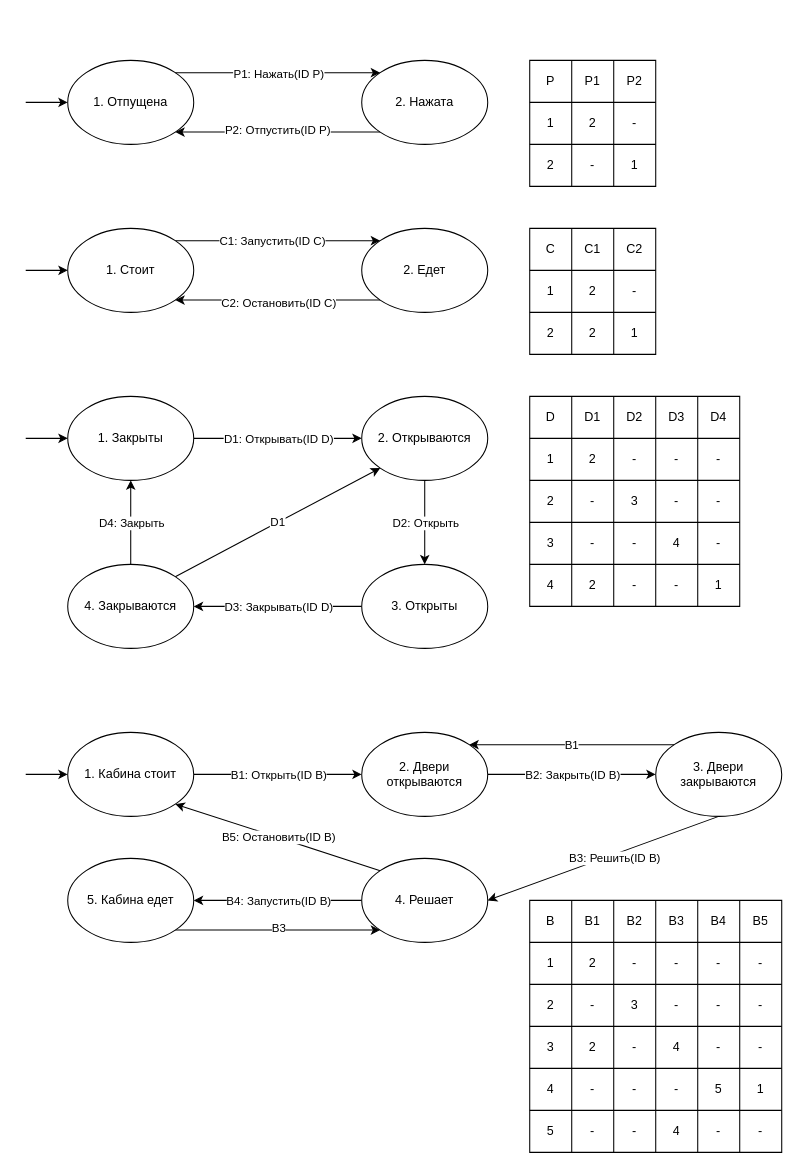
Earlier version of the draw.io diagram lab-04/doc/std.drawio (osv982/bmstu-oop). Source tidied: cells renumbered, new cells numbered last; positions are measured from the earlier drawing's top-left corner, leaving out a move shared by most shapes. Both pictures are drawn from the tidied source at 105%, with x=0, y=0 at pixel (25, 60).
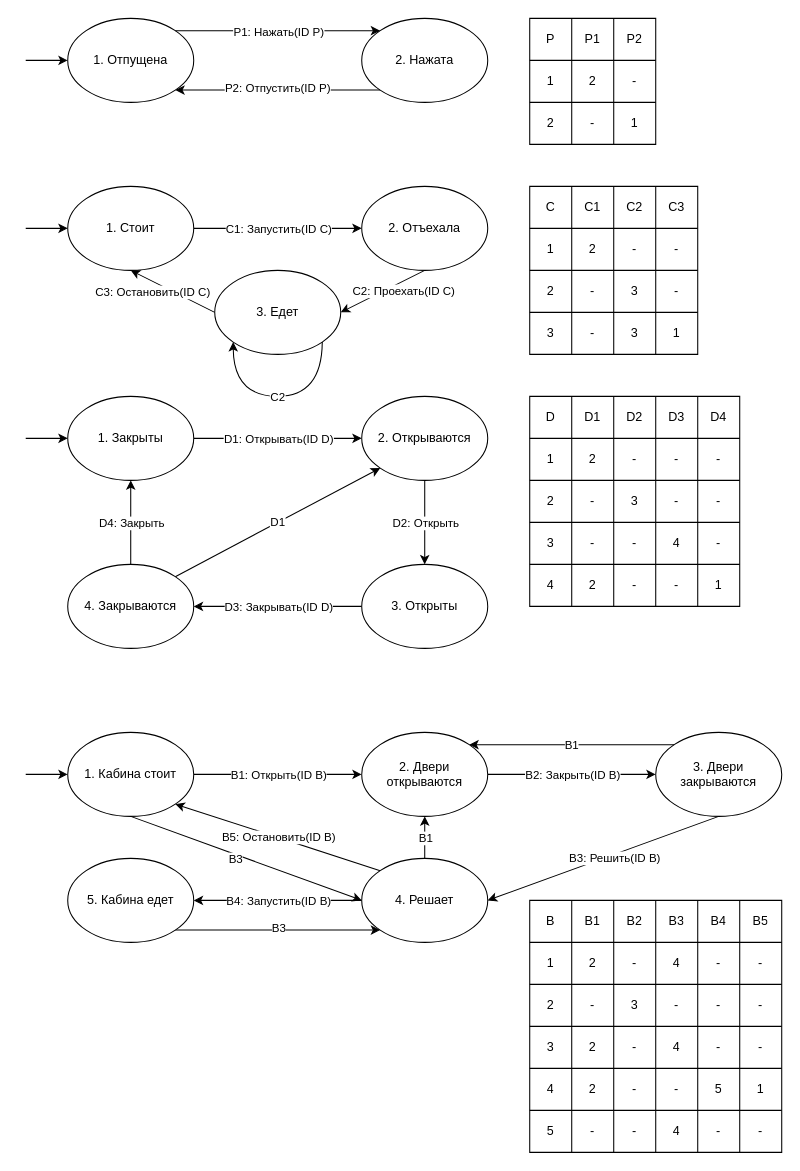
The same page after the edit.

Commit message (it also covers changes not shown here):
Add an intermediate state

Unchanged cells that the change refers to:
```xml
<mxCell id="28" value="1. Кабина стоит" style="ellipse;whiteSpace=wrap;html=1;" parent="1" vertex="1">
  <mxGeometry x="40" y="640" width="120" height="80" as="geometry" />
</mxCell>
<mxCell id="93" value="2. Двери открываются" style="ellipse;whiteSpace=wrap;html=1;" parent="1" vertex="1">
  <mxGeometry x="320" y="640" width="120" height="80" as="geometry" />
</mxCell>
<mxCell id="104" value="4. Решает" style="ellipse;whiteSpace=wrap;html=1;" parent="1" vertex="1">
  <mxGeometry x="320" y="760" width="120" height="80" as="geometry" />
</mxCell>
<mxCell id="114" style="shape=partialRectangle;html=1;whiteSpace=wrap;fillColor=none;top=0;left=0;bottom=0;right=0;" parent="106" vertex="1">
  <mxGeometry y="40" width="240" height="40" as="geometry" />
</mxCell>
<mxCell id="135" style="shape=partialRectangle;html=1;whiteSpace=wrap;fillColor=none;top=0;left=0;bottom=0;right=0;" parent="106" vertex="1">
  <mxGeometry y="160" width="240" height="40" as="geometry" />
</mxCell>
```

The edit, as a diff of the source:
```diff
@@
     <mxCell id="4" value="2. Нажата" style="ellipse;whiteSpace=wrap;html=1;" parent="1" vertex="1">
-      <mxGeometry x="320" width="120" height="80" as="geometry" />
+      <mxGeometry x="320" y="-40" width="120" height="80" as="geometry" />
     </mxCell>
     <mxCell id="5" value="1. Отпущена" style="ellipse;whiteSpace=wrap;html=1;" parent="1" vertex="1">
-      <mxGeometry x="40" width="120" height="80" as="geometry" />
+      <mxGeometry x="40" y="-40" width="120" height="80" as="geometry" />
     </mxCell>
     <mxCell id="6" style="endArrow=classic;html=1;curved=1;entryX=0;entryY=0.5;entryDx=0;entryDy=0;" parent="1" edge="1" target="5">
       <mxGeometry relative="1" as="geometry">
-        <mxPoint y="40" as="sourcePoint" />
+        <mxPoint as="sourcePoint" />
       </mxGeometry>
     </mxCell>
-    <mxCell id="7" style="html=1;exitX=1;exitY=0;exitDx=0;exitDy=0;entryX=0;entryY=0;entryDx=0;entryDy=0;" parent="1" edge="1" source="9" target="90">
+    <mxCell id="7" style="html=1;exitX=1;exitY=0.5;exitDx=0;exitDy=0;entryX=0;entryY=0.5;entryDx=0;entryDy=0;" parent="1" edge="1" source="9" target="90">
       <mxGeometry relative="1" as="geometry" />
     </mxCell>
@@
     <mxCell id="9" value="1. Стоит" style="ellipse;whiteSpace=wrap;html=1;" parent="1" vertex="1">
-      <mxGeometry x="40" y="160" width="120" height="80" as="geometry" />
+      <mxGeometry x="40" y="120" width="120" height="80" as="geometry" />
     </mxCell>
     <mxCell id="10" style="endArrow=classic;html=1;curved=1;entryX=0;entryY=0.5;entryDx=0;entryDy=0;" parent="1" edge="1" target="9">
       <mxGeometry relative="1" as="geometry">
-        <mxPoint y="200" as="sourcePoint" />
+        <mxPoint y="160" as="sourcePoint" />
       </mxGeometry>
     </mxCell>
@@
+    <mxCell id="151" style="edgeStyle=none;html=1;exitX=0.5;exitY=1;exitDx=0;exitDy=0;entryX=0;entryY=0.5;entryDx=0;entryDy=0;" parent="1" edge="1" source="28" target="104">
+      <mxGeometry relative="1" as="geometry" />
+    </mxCell>
+    <mxCell id="152" value="B3" style="edgeLabel;html=1;align=center;verticalAlign=middle;" parent="151" vertex="1">
+      <mxGeometry x="0.36" y="-2" relative="1" as="geometry">
+        <mxPoint x="-49" y="-16" as="offset" />
+      </mxGeometry>
+    </mxCell>
@@
     <mxCell id="29" style="shape=table;html=1;whiteSpace=wrap;startSize=0;childLayout=tableLayout;" parent="1" vertex="1">
-      <mxGeometry x="480" width="120" height="120" as="geometry" />
+      <mxGeometry x="480" y="-40" width="120" height="120" as="geometry" />
     </mxCell>
@@
     <mxCell id="44" style="shape=table;html=1;whiteSpace=wrap;startSize=0;childLayout=tableLayout;" parent="1" vertex="1">
-      <mxGeometry x="480" y="160" width="120" height="120" as="geometry" />
+      <mxGeometry x="480" y="120" width="160" height="160" as="geometry" />
     </mxCell>
     <mxCell id="45" style="shape=partialRectangle;html=1;whiteSpace=wrap;fillColor=none;top=0;left=0;bottom=0;right=0;" parent="44" vertex="1">
-      <mxGeometry width="120" height="40" as="geometry" />
+      <mxGeometry width="160" height="40" as="geometry" />
     </mxCell>
@@
+    <mxCell id="153" value="C3" style="shape=partialRectangle;html=1;whiteSpace=wrap;fillColor=none;top=0;left=0;bottom=0;right=0;overflow=hidden;" parent="45" vertex="1">
+      <mxGeometry x="120" width="40" height="40" as="geometry" />
+    </mxCell>
     <mxCell id="49" style="shape=partialRectangle;html=1;whiteSpace=wrap;fillColor=none;top=0;left=0;bottom=0;right=0;" parent="44" vertex="1">
-      <mxGeometry y="40" width="120" height="40" as="geometry" />
+      <mxGeometry y="40" width="160" height="40" as="geometry" />
     </mxCell>
@@
+    <mxCell id="154" value="-" style="shape=partialRectangle;html=1;whiteSpace=wrap;fillColor=none;top=0;left=0;bottom=0;right=0;overflow=hidden;" parent="49" vertex="1">
+      <mxGeometry x="120" width="40" height="40" as="geometry" />
+    </mxCell>
     <mxCell id="53" style="shape=partialRectangle;html=1;whiteSpace=wrap;fillColor=none;top=0;left=0;bottom=0;right=0;" parent="44" vertex="1">
-      <mxGeometry y="80" width="120" height="40" as="geometry" />
+      <mxGeometry y="80" width="160" height="40" as="geometry" />
     </mxCell>
@@
-    <mxCell id="55" value="2" style="shape=partialRectangle;html=1;whiteSpace=wrap;fillColor=none;top=0;left=0;bottom=0;right=0;overflow=hidden;" parent="53" vertex="1">
+    <mxCell id="55" value="-" style="shape=partialRectangle;html=1;whiteSpace=wrap;fillColor=none;top=0;left=0;bottom=0;right=0;overflow=hidden;" parent="53" vertex="1">
       <mxGeometry x="40" width="40" height="40" as="geometry" />
     </mxCell>
-    <mxCell id="56" value="1" style="shape=partialRectangle;html=1;whiteSpace=wrap;fillColor=none;top=0;left=0;bottom=0;right=0;overflow=hidden;" parent="53" vertex="1">
+    <mxCell id="56" value="3" style="shape=partialRectangle;html=1;whiteSpace=wrap;fillColor=none;top=0;left=0;bottom=0;right=0;overflow=hidden;" parent="53" vertex="1">
       <mxGeometry x="80" width="40" height="40" as="geometry" />
     </mxCell>
+    <mxCell id="155" value="-" style="shape=partialRectangle;html=1;whiteSpace=wrap;fillColor=none;top=0;left=0;bottom=0;right=0;overflow=hidden;" parent="53" vertex="1">
+      <mxGeometry x="120" width="40" height="40" as="geometry" />
+    </mxCell>
+    <mxCell id="156" style="shape=partialRectangle;html=1;whiteSpace=wrap;fillColor=none;top=0;left=0;bottom=0;right=0;" parent="44" vertex="1">
+      <mxGeometry y="120" width="160" height="40" as="geometry" />
+    </mxCell>
+    <mxCell id="157" value="3" style="shape=partialRectangle;html=1;whiteSpace=wrap;fillColor=none;top=0;left=0;bottom=0;right=0;overflow=hidden;" parent="156" vertex="1">
+      <mxGeometry width="40" height="40" as="geometry" />
+    </mxCell>
+    <mxCell id="158" value="-" style="shape=partialRectangle;html=1;whiteSpace=wrap;fillColor=none;top=0;left=0;bottom=0;right=0;overflow=hidden;" parent="156" vertex="1">
+      <mxGeometry x="40" width="40" height="40" as="geometry" />
+    </mxCell>
+    <mxCell id="159" value="3" style="shape=partialRectangle;html=1;whiteSpace=wrap;fillColor=none;top=0;left=0;bottom=0;right=0;overflow=hidden;" parent="156" vertex="1">
+      <mxGeometry x="80" width="40" height="40" as="geometry" />
+    </mxCell>
+    <mxCell id="160" value="1" style="shape=partialRectangle;html=1;whiteSpace=wrap;fillColor=none;top=0;left=0;bottom=0;right=0;overflow=hidden;" parent="156" vertex="1">
+      <mxGeometry x="120" width="40" height="40" as="geometry" />
+    </mxCell>
@@
-    <mxCell id="88" style="edgeStyle=none;html=1;exitX=0;exitY=1;exitDx=0;exitDy=0;entryX=1;entryY=1;entryDx=0;entryDy=0;" parent="1" edge="1" source="90" target="9">
+    <mxCell id="88" style="edgeStyle=none;html=1;exitX=0;exitY=0.5;exitDx=0;exitDy=0;entryX=0.5;entryY=1;entryDx=0;entryDy=0;" parent="1" edge="1" source="165" target="9">
       <mxGeometry relative="1" as="geometry" />
     </mxCell>
-    <mxCell id="89" value="С2: Остановить(ID C)" style="edgeLabel;html=1;align=center;verticalAlign=middle;" parent="88" vertex="1">
+    <mxCell id="89" value="С3: Остановить(ID C)" style="edgeLabel;html=1;align=center;verticalAlign=middle;" parent="88" vertex="1">
       <mxGeometry x="0.48" y="2" relative="1" as="geometry">
-        <mxPoint x="47" as="offset" />
+        <mxPoint y="8" as="offset" />
       </mxGeometry>
     </mxCell>
+    <mxCell id="161" style="edgeStyle=none;html=1;exitX=0.5;exitY=1;exitDx=0;exitDy=0;entryX=1;entryY=0.5;entryDx=0;entryDy=0;" parent="1" edge="1" source="90" target="165">
+      <mxGeometry relative="1" as="geometry" />
+    </mxCell>
+    <mxCell id="162" value="С2: Проехать(ID C)" style="edgeLabel;html=1;align=center;verticalAlign=middle;" parent="161" vertex="1">
+      <mxGeometry x="-0.33" y="-3" relative="1" as="geometry">
+        <mxPoint x="8" y="9" as="offset" />
+      </mxGeometry>
+    </mxCell>
-    <mxCell id="90" value="2. Едет" style="ellipse;whiteSpace=wrap;html=1;" parent="1" vertex="1">
-      <mxGeometry x="320" y="160" width="120" height="80" as="geometry" />
+    <mxCell id="90" value="2. Отъехала" style="ellipse;whiteSpace=wrap;html=1;" parent="1" vertex="1">
+      <mxGeometry x="320" y="120" width="120" height="80" as="geometry" />
     </mxCell>
@@
+    <mxCell id="163" style="edgeStyle=none;html=1;exitX=0.5;exitY=0;exitDx=0;exitDy=0;entryX=0.5;entryY=1;entryDx=0;entryDy=0;" parent="1" edge="1" source="104" target="93">
+      <mxGeometry relative="1" as="geometry" />
+    </mxCell>
+    <mxCell id="164" value="B1" style="edgeLabel;html=1;align=center;verticalAlign=middle;" parent="163" vertex="1">
+      <mxGeometry x="-0.64" y="-1" relative="1" as="geometry">
+        <mxPoint x="-1" y="-13" as="offset" />
+      </mxGeometry>
+    </mxCell>
@@
-    <mxCell id="118" value="-" style="shape=partialRectangle;html=1;whiteSpace=wrap;fillColor=none;top=0;left=0;bottom=0;right=0;overflow=hidden;" parent="114" vertex="1">
+    <mxCell id="118" value="4" style="shape=partialRectangle;html=1;whiteSpace=wrap;fillColor=none;top=0;left=0;bottom=0;right=0;overflow=hidden;" parent="114" vertex="1">
       <mxGeometry x="120" width="40" height="40" as="geometry" />
     </mxCell>
@@
-    <mxCell id="137" value="-" style="shape=partialRectangle;html=1;whiteSpace=wrap;fillColor=none;top=0;left=0;bottom=0;right=0;overflow=hidden;" parent="135" vertex="1">
+    <mxCell id="137" value="2" style="shape=partialRectangle;html=1;whiteSpace=wrap;fillColor=none;top=0;left=0;bottom=0;right=0;overflow=hidden;" parent="135" vertex="1">
       <mxGeometry x="40" width="40" height="40" as="geometry" />
     </mxCell>
@@
+    <mxCell id="165" value="3. Едет" style="ellipse;whiteSpace=wrap;html=1;" parent="1" vertex="1">
+      <mxGeometry x="180" y="200" width="120" height="80" as="geometry" />
+    </mxCell>
+    <mxCell id="166" style="curved=1;endArrow=classic;html=1;entryX=0;entryY=1;entryDx=0;entryDy=0;exitX=1;exitY=1;exitDx=0;exitDy=0;" parent="1" edge="1" source="165" target="165">
+      <mxGeometry relative="1" as="geometry">
+        <Array as="points">
+          <mxPoint x="282" y="320" />
+          <mxPoint x="198" y="320" />
+        </Array>
+      </mxGeometry>
+    </mxCell>
+    <mxCell id="167" value="С2" style="edgeLabel;html=1;align=center;verticalAlign=middle;" parent="166" vertex="1">
+      <mxGeometry x="-0.2" y="-4" relative="1" as="geometry">
+        <mxPoint x="-19" y="4" as="offset" />
+      </mxGeometry>
+    </mxCell>
```
